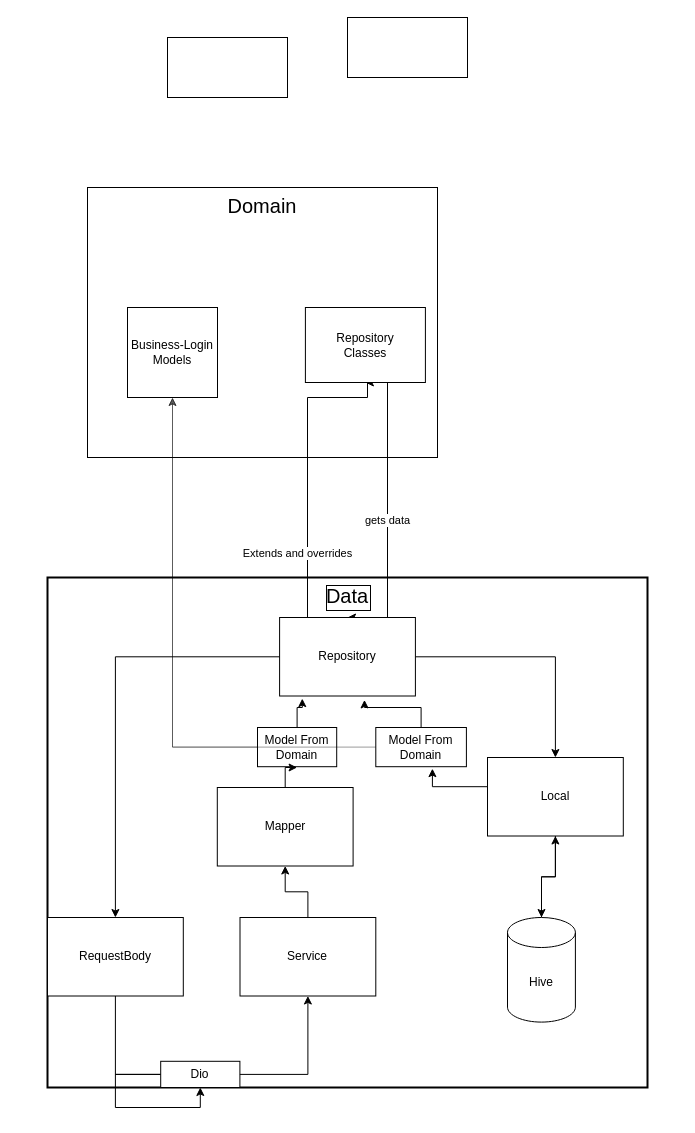
Earlier version of the draw.io diagram Untitled Diagram.drawio (Ramzes5614/tigra-clean-arch). Source tidied: cells renumbered, new cells numbered last; positions are measured from the earlier drawing's top-left corner, leaving out a move shared by most shapes. Both pictures are drawn from the tidied source at 100%, with x=0, y=0 at pixel (47, 17).
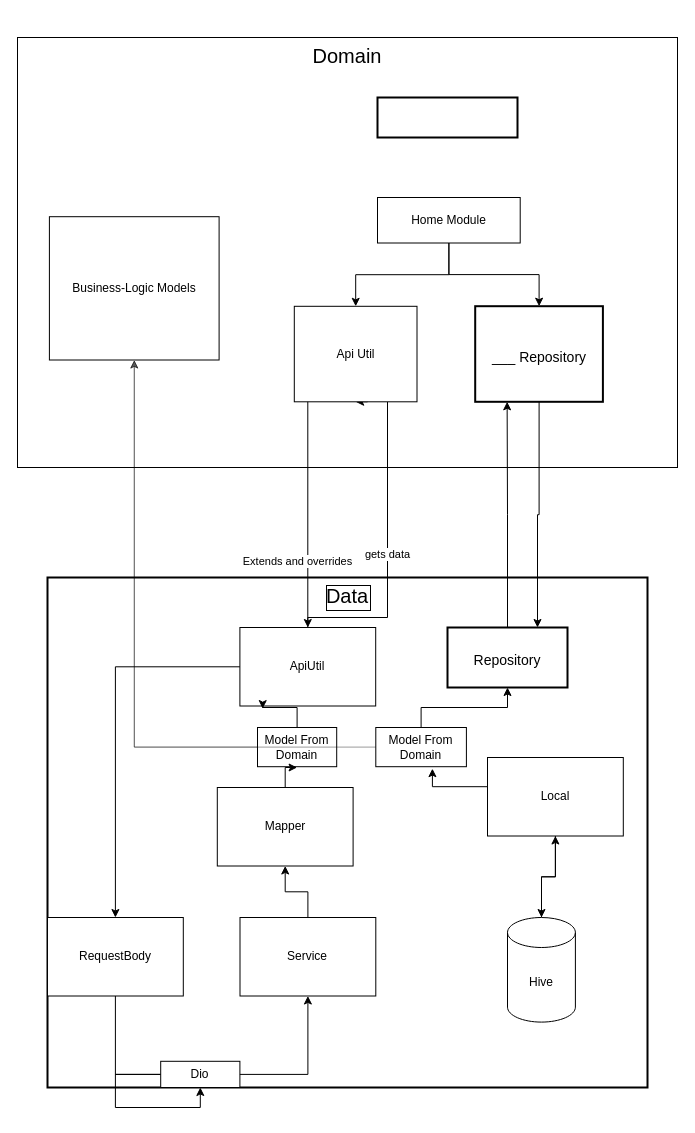
The same diagram, later.

The change refers to these unchanged cells:
```xml
<mxCell id="5" value="Data" style="group;labelBorderColor=#000000;strokeColor=#000000;strokeWidth=2;fontSize=20;" parent="1" vertex="1">
  <mxGeometry y="560" width="600" height="510" as="geometry" />
</mxCell>
<mxCell id="16" value="Local" style="rounded=0;whiteSpace=wrap;html=1;" parent="5" vertex="1">
  <mxGeometry x="440" y="180" width="135.8" height="78.5" as="geometry" />
</mxCell>
<mxCell id="23" value="Model From Domain" style="rounded=0;whiteSpace=wrap;html=1;" parent="5" vertex="1">
  <mxGeometry x="328.3" y="150" width="90.6" height="39.2" as="geometry" />
</mxCell>
```

Change to the diagram source:
```diff
@@
-    <mxCell id="2" style="rounded=0;whiteSpace=wrap;html=1;" parent="1" vertex="1">
-      <mxGeometry x="300" width="120" height="60" as="geometry" />
-    </mxCell>
-    <mxCell id="3" style="rounded=0;whiteSpace=wrap;html=1;" parent="1" vertex="1">
-      <mxGeometry x="120" y="20" width="120" height="60" as="geometry" />
-    </mxCell>
@@
-    <mxCell id="6" value="Repository" style="rounded=0;whiteSpace=wrap;html=1;" parent="5" vertex="1">
-      <mxGeometry x="232.1" y="40" width="135.8" height="78.5" as="geometry" />
+    <mxCell id="6" value="ApiUtil" style="rounded=0;whiteSpace=wrap;html=1;" parent="5" vertex="1">
+      <mxGeometry x="192.4" y="50" width="135.8" height="78.5" as="geometry" />
     </mxCell>
@@
-    <mxCell id="15" style="edgeStyle=orthogonalEdgeStyle;rounded=0;jettySize=auto;html=1;entryX=0.625;entryY=1.05;entryDx=0;entryDy=0;entryPerimeter=0;" parent="5" edge="1" source="23" target="6">
-      <mxGeometry relative="1" as="geometry" />
-    </mxCell>
@@
-    <mxCell id="17" style="edgeStyle=orthogonalEdgeStyle;rounded=0;jettySize=auto;html=1;entryX=0.5;entryY=0;entryDx=0;entryDy=0;" parent="5" edge="1" source="6" target="16">
-      <mxGeometry relative="1" as="geometry" />
-    </mxCell>
@@
+    <mxCell id="32" style="edgeStyle=orthogonalEdgeStyle;rounded=0;jettySize=auto;html=1;entryX=0.5;entryY=1;entryDx=0;entryDy=0;fontSize=20;" parent="5" edge="1" source="23" target="33">
+      <mxGeometry relative="1" as="geometry" />
+    </mxCell>
@@
+    <mxCell id="33" value="&lt;font style=&quot;font-size: 14px&quot;&gt;Repository&lt;/font&gt;" style="rounded=0;whiteSpace=wrap;html=1;strokeColor=#000000;strokeWidth=2;fontSize=20;" parent="5" vertex="1">
+      <mxGeometry x="400" y="50" width="120" height="60" as="geometry" />
+    </mxCell>
@@
     <mxCell id="29" value="Domain" style="group;fontSize=20;strokeColor=#000000;" parent="1" vertex="1">
-      <mxGeometry x="40" y="170" width="350" height="270" as="geometry" />
+      <mxGeometry x="-30" y="20" width="660" height="430" as="geometry" />
     </mxCell>
-    <mxCell id="30" value="Business-Login Models" style="rounded=0;whiteSpace=wrap;html=1;" parent="29" vertex="1">
-      <mxGeometry x="40" y="120" width="90" height="90" as="geometry" />
+    <mxCell id="30" value="Business-Logic Models" style="rounded=0;whiteSpace=wrap;html=1;" parent="29" vertex="1">
+      <mxGeometry x="31.9" y="179.2" width="169.7" height="143.3" as="geometry" />
     </mxCell>
-    <mxCell id="31" value="Repository&lt;br&gt;Classes" style="rounded=0;whiteSpace=wrap;html=1;" parent="29" vertex="1">
-      <mxGeometry x="217.9" y="120" width="120" height="75" as="geometry" />
+    <mxCell id="31" value="Api Util" style="rounded=0;whiteSpace=wrap;html=1;" parent="29" vertex="1">
+      <mxGeometry x="276.8" y="268.8" width="122.7" height="95.5" as="geometry" />
     </mxCell>
+    <mxCell id="34" value="&lt;font style=&quot;font-size: 14px&quot;&gt;___ Repository&lt;/font&gt;" style="rounded=0;whiteSpace=wrap;html=1;strokeColor=#000000;strokeWidth=2;fontSize=20;" parent="29" vertex="1">
+      <mxGeometry x="457.7" y="268.7" width="127.7" height="95.6" as="geometry" />
+    </mxCell>
+    <mxCell id="35" style="edgeStyle=orthogonalEdgeStyle;rounded=0;jettySize=auto;html=1;fontSize=20;" parent="29" edge="1" source="3" target="31">
+      <mxGeometry relative="1" as="geometry" />
+    </mxCell>
+    <mxCell id="36" style="edgeStyle=orthogonalEdgeStyle;rounded=0;jettySize=auto;html=1;fontSize=20;" parent="29" edge="1" source="3" target="34">
+      <mxGeometry relative="1" as="geometry" />
+    </mxCell>
+    <mxCell id="3" value="Home Module" style="rounded=0;whiteSpace=wrap;html=1;" parent="29" vertex="1">
+      <mxGeometry x="360" y="160" width="142.7" height="45.5" as="geometry" />
+    </mxCell>
+    <mxCell id="37" style="rounded=0;whiteSpace=wrap;html=1;strokeColor=#000000;strokeWidth=2;fontSize=20;" parent="29" vertex="1">
+      <mxGeometry x="360" y="60" width="140" height="40" as="geometry" />
+    </mxCell>
+    <mxCell id="38" style="edgeStyle=orthogonalEdgeStyle;rounded=0;jettySize=auto;html=1;entryX=0.25;entryY=1;entryDx=0;entryDy=0;fontSize=20;" parent="1" edge="1" source="33" target="34">
+      <mxGeometry relative="1" as="geometry" />
+    </mxCell>
+    <mxCell id="39" style="edgeStyle=orthogonalEdgeStyle;rounded=0;jettySize=auto;html=1;entryX=0.75;entryY=0;entryDx=0;entryDy=0;fontSize=20;" parent="1" edge="1" source="34" target="33">
+      <mxGeometry relative="1" as="geometry" />
+    </mxCell>
```
